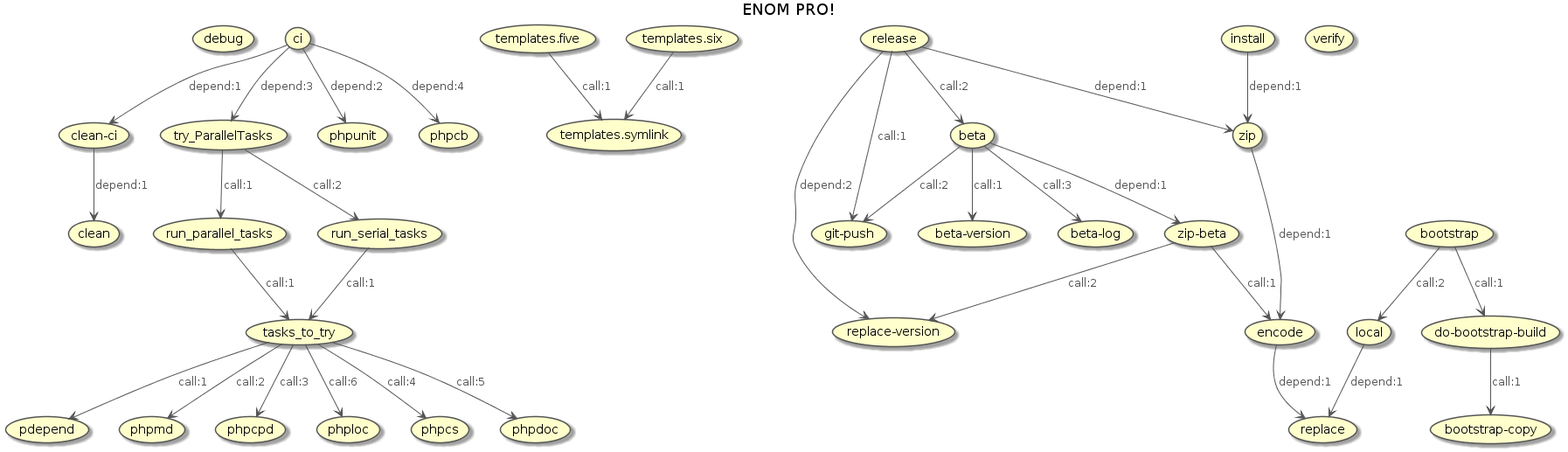
The PlantUML diagram resources/readme/enom-pro.png in jawira/phing-visualizer, before a commit.
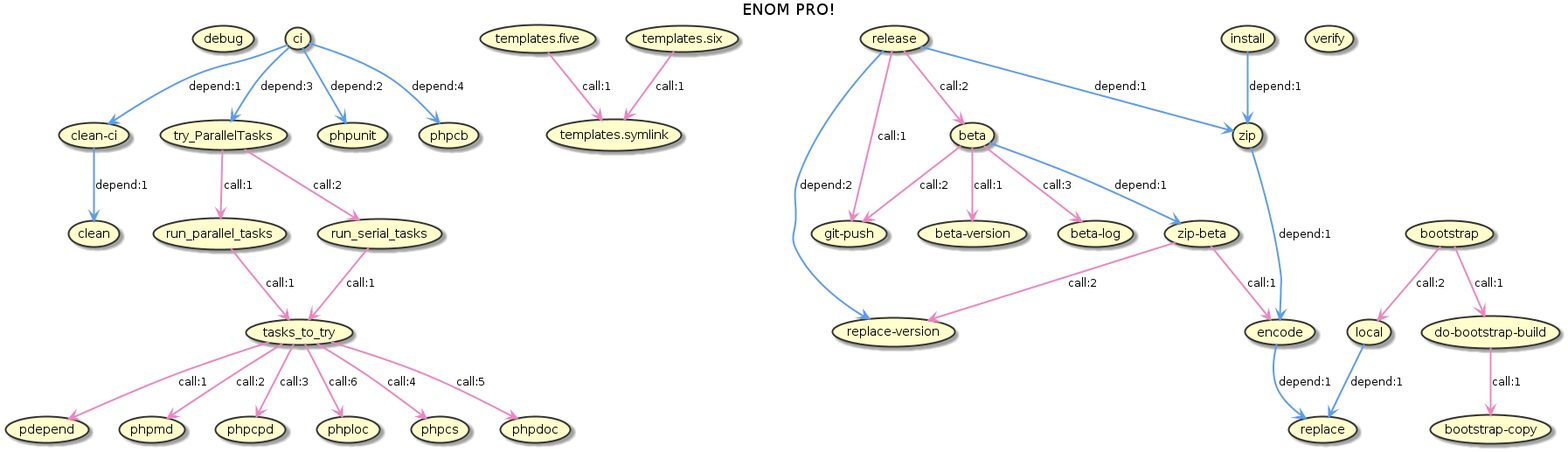
The same file after the commit.

The edit, as a diff of the source:
```diff
@@ -1,87 +1,81 @@
 @startuml
 title ENOM PRO!
-hide stereotype
-skinparam Arrow {
-Color #555555
-FontColor #555555
-}
-skinparam UseCase {
-BackgroundColor #FFFFCC
-BorderColor #555555
-}
+skinparam ArrowFontColor Black
+skinparam ArrowThickness 2
+skinparam UseCaseBackgroundColor #FFFECC
+skinparam UseCaseBorderColor #333333
+skinparam UseCaseBorderThickness 2
+skinparam UseCaseFontColor Black
 
-skinparam UseCase {
-BackgroundColor<< ENOM PRO! >> #FFFFCC
-}
-(debug)<< ENOM PRO! >>
-(clean)<< ENOM PRO! >>
-(clean-ci)<< ENOM PRO! >>
-(templates.five)<< ENOM PRO! >>
-(templates.six)<< ENOM PRO! >>
-(templates.symlink)<< ENOM PRO! >>
-(run_parallel_tasks)<< ENOM PRO! >>
-(run_serial_tasks)<< ENOM PRO! >>
-(tasks_to_try)<< ENOM PRO! >>
-(try_ParallelTasks)<< ENOM PRO! >>
-(phpunit)<< ENOM PRO! >>
-(pdepend)<< ENOM PRO! >>
-(phpmd)<< ENOM PRO! >>
-(phpcpd)<< ENOM PRO! >>
-(phploc)<< ENOM PRO! >>
-(phpcs)<< ENOM PRO! >>
-(phpdoc)<< ENOM PRO! >>
-(phpcb)<< ENOM PRO! >>
-(ci)<< ENOM PRO! >>
-(replace)<< ENOM PRO! >>
-(encode)<< ENOM PRO! >>
-(local)<< ENOM PRO! >>
-(bootstrap)<< ENOM PRO! >>
-(do-bootstrap-build)<< ENOM PRO! >>
-(bootstrap-copy)<< ENOM PRO! >>
-(replace-version)<< ENOM PRO! >>
-(release)<< ENOM PRO! >>
-(zip)<< ENOM PRO! >>
-(git-push)<< ENOM PRO! >>
-(zip-beta)<< ENOM PRO! >>
-(beta-version)<< ENOM PRO! >>
-(beta)<< ENOM PRO! >>
-(verify)<< ENOM PRO! >>
-(beta-log)<< ENOM PRO! >>
-(install)<< ENOM PRO! >>
+(debug)
+(clean)
+(clean-ci)
+(templates.five)
+(templates.six)
+(templates.symlink)
+(run_parallel_tasks)
+(run_serial_tasks)
+(tasks_to_try)
+(try_ParallelTasks)
+(phpunit)
+(pdepend)
+(phpmd)
+(phpcpd)
+(phploc)
+(phpcs)
+(phpdoc)
+(phpcb)
+(ci)
+(replace)
+(encode)
+(local)
+(bootstrap)
+(do-bootstrap-build)
+(bootstrap-copy)
+(replace-version)
+(release)
+(zip)
+(git-push)
+(zip-beta)
+(beta-version)
+(beta)
+(verify)
+(beta-log)
+(install)
 
 
-(clean-ci) --> (clean) : depend:1
-(templates.five) --> (templates.symlink) : call:1
-(templates.six) --> (templates.symlink) : call:1
-(run_parallel_tasks) --> (tasks_to_try) : call:1
-(run_serial_tasks) --> (tasks_to_try) : call:1
-(tasks_to_try) --> (pdepend) : call:1
-(tasks_to_try) --> (phpmd) : call:2
-(tasks_to_try) --> (phpcpd) : call:3
-(tasks_to_try) --> (phpcs) : call:4
-(tasks_to_try) --> (phpdoc) : call:5
-(tasks_to_try) --> (phploc) : call:6
-(try_ParallelTasks) --> (run_parallel_tasks) : call:1
-(try_ParallelTasks) --> (run_serial_tasks) : call:2
-(ci) --> (clean-ci) : depend:1
-(ci) --> (phpunit) : depend:2
-(ci) --> (try_ParallelTasks) : depend:3
-(ci) --> (phpcb) : depend:4
-(encode) --> (replace) : depend:1
-(local) --> (replace) : depend:1
-(bootstrap) --> (do-bootstrap-build) : call:1
-(bootstrap) --> (local) : call:2
-(do-bootstrap-build) --> (bootstrap-copy) : call:1
-(release) --> (git-push) : call:1
-(release) --> (beta) : call:2
-(release) --> (zip) : depend:1
-(release) --> (replace-version) : depend:2
-(zip) --> (encode) : depend:1
-(zip-beta) --> (encode) : call:1
-(zip-beta) --> (replace-version) : call:2
-(beta) --> (beta-version) : call:1
-(beta) --> (git-push) : call:2
-(beta) --> (beta-log) : call:3
-(beta) --> (zip-beta) : depend:1
-(install) --> (zip) : depend:1
+(clean-ci) -[#5D9CEC]-> (clean) : depend:1
+(templates.five) -[#EC87C0]-> (templates.symlink) : call:1
+(templates.six) -[#EC87C0]-> (templates.symlink) : call:1
+(run_parallel_tasks) -[#EC87C0]-> (tasks_to_try) : call:1
+(run_serial_tasks) -[#EC87C0]-> (tasks_to_try) : call:1
+(tasks_to_try) -[#EC87C0]-> (pdepend) : call:1
+(tasks_to_try) -[#EC87C0]-> (phpmd) : call:2
+(tasks_to_try) -[#EC87C0]-> (phpcpd) : call:3
+(tasks_to_try) -[#EC87C0]-> (phpcs) : call:4
+(tasks_to_try) -[#EC87C0]-> (phpdoc) : call:5
+(tasks_to_try) -[#EC87C0]-> (phploc) : call:6
+(try_ParallelTasks) -[#EC87C0]-> (run_parallel_tasks) : call:1
+(try_ParallelTasks) -[#EC87C0]-> (run_serial_tasks) : call:2
+(ci) -[#5D9CEC]-> (clean-ci) : depend:1
+(ci) -[#5D9CEC]-> (phpunit) : depend:2
+(ci) -[#5D9CEC]-> (try_ParallelTasks) : depend:3
+(ci) -[#5D9CEC]-> (phpcb) : depend:4
+(encode) -[#5D9CEC]-> (replace) : depend:1
+(local) -[#5D9CEC]-> (replace) : depend:1
+(bootstrap) -[#EC87C0]-> (do-bootstrap-build) : call:1
+(bootstrap) -[#EC87C0]-> (local) : call:2
+(do-bootstrap-build) -[#EC87C0]-> (bootstrap-copy) : call:1
+(release) -[#EC87C0]-> (git-push) : call:1
+(release) -[#EC87C0]-> (beta) : call:2
+(release) -[#5D9CEC]-> (zip) : depend:1
+(release) -[#5D9CEC]-> (replace-version) : depend:2
+(zip) -[#5D9CEC]-> (encode) : depend:1
+(zip-beta) -[#EC87C0]-> (encode) : call:1
+(zip-beta) -[#EC87C0]-> (replace-version) : call:2
+(beta) -[#EC87C0]-> (beta-version) : call:1
+(beta) -[#EC87C0]-> (git-push) : call:2
+(beta) -[#EC87C0]-> (beta-log) : call:3
+(beta) -[#5D9CEC]-> (zip-beta) : depend:1
+(install) -[#5D9CEC]-> (zip) : depend:1
 @enduml
```
